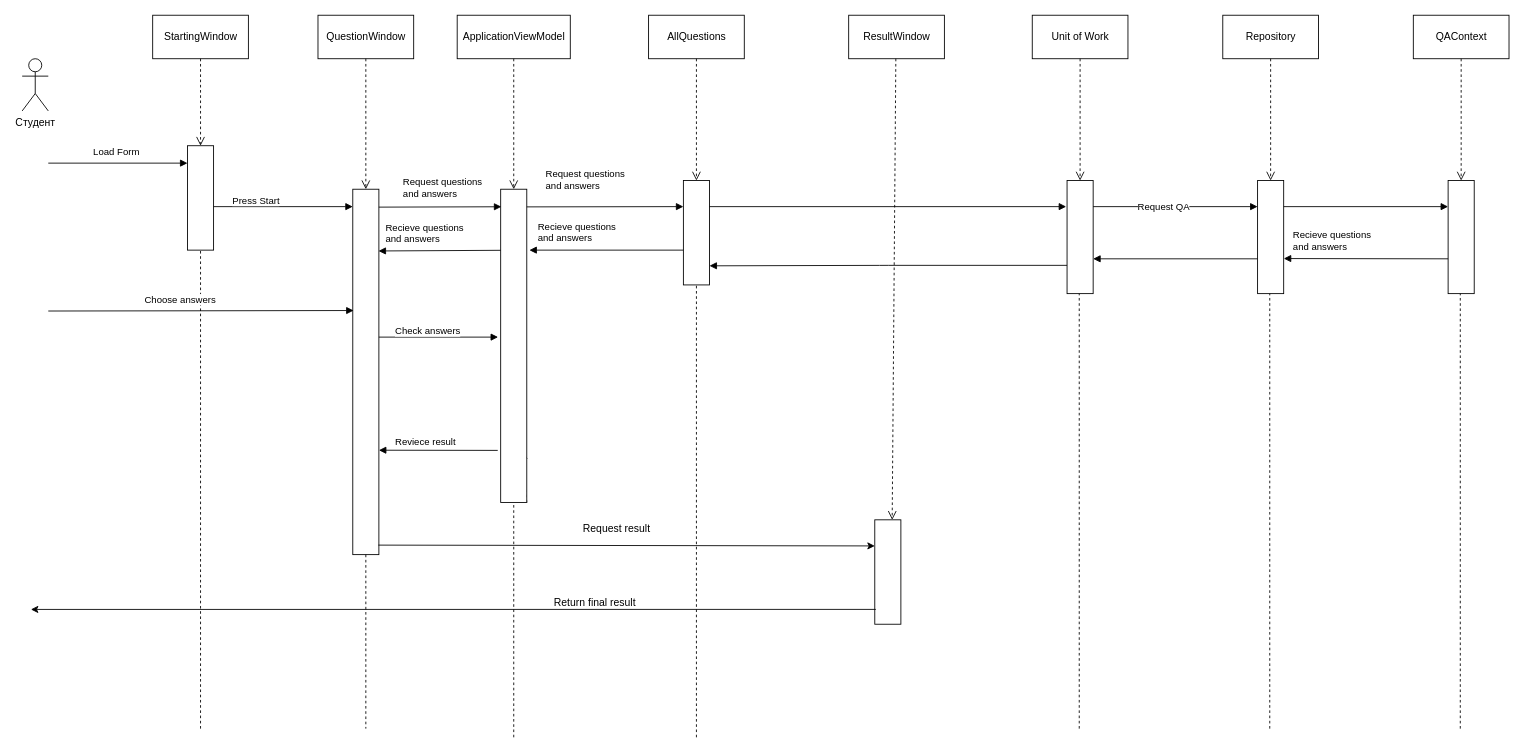
Vladoffz/MMTSD keeps this draw.io diagram as sequenceDiagramWPF.drawio. Above is the earlier version. Source tidied: cells renumbered, new cells numbered last; positions are measured from the earlier drawing's top-left corner, leaving out a move shared by most shapes. Both pictures are drawn from the tidied source at 87%, with x=0, y=0 at pixel (22, 15).
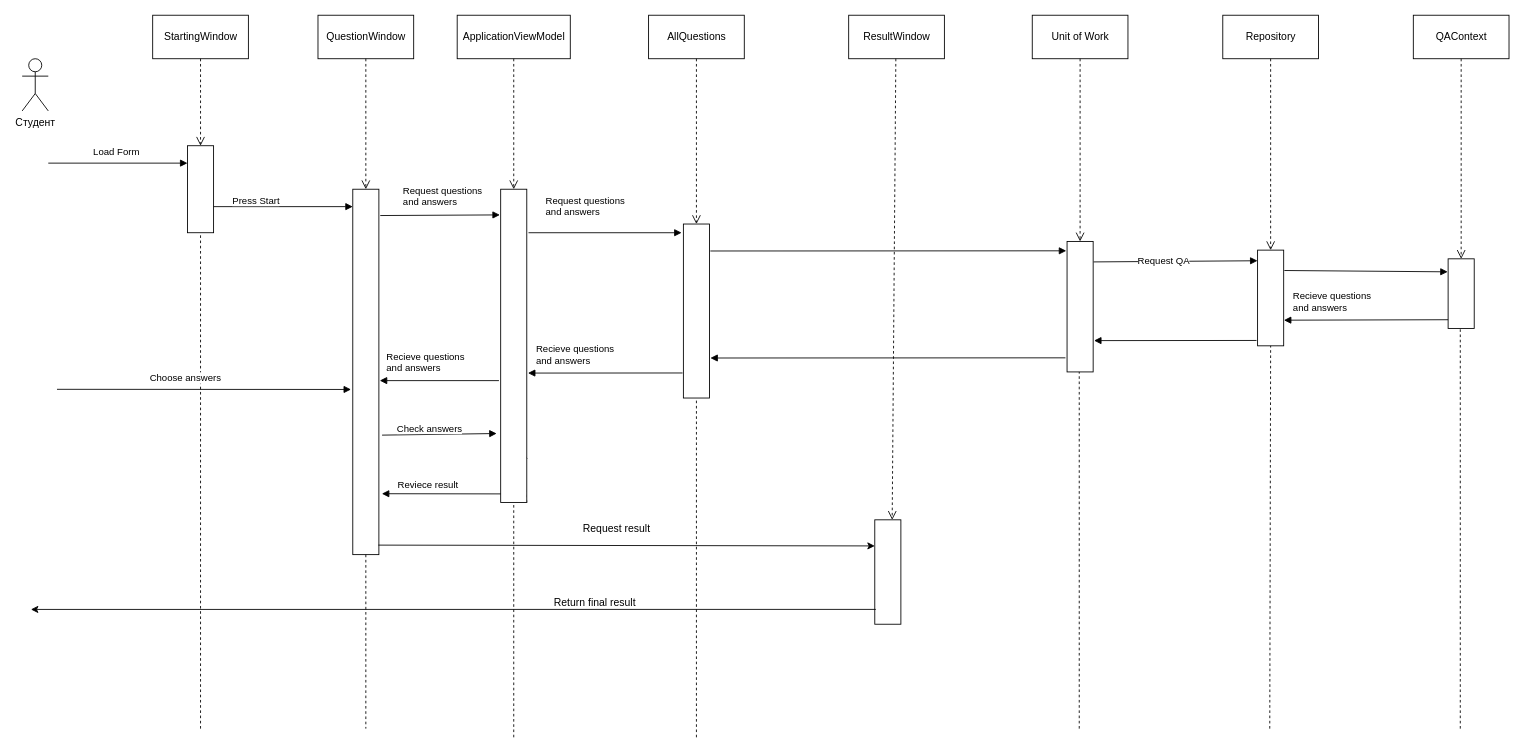
The same diagram, later.

Unchanged cells that the change refers to:
```xml
<mxCell id="7" style="html=1;" parent="1" vertex="1">
  <mxGeometry x="380" y="200" width="30" height="420" as="geometry" />
</mxCell>
<mxCell id="19" style="html=1;" parent="1" vertex="1">
  <mxGeometry x="550" y="200" width="30" height="360" as="geometry" />
</mxCell>
```

Change to the diagram source:
```diff
@@
     <mxCell id="6" style="html=1;" parent="1" vertex="1">
-      <mxGeometry x="190" y="150" width="30" height="120" as="geometry" />
+      <mxGeometry x="190" y="150" width="30" height="100" as="geometry" />
     </mxCell>
@@
     <mxCell id="17" style="html=1;" parent="1" vertex="1">
-      <mxGeometry x="760" y="190" width="30" height="120" as="geometry" />
+      <mxGeometry x="760" y="240" width="30" height="200" as="geometry" />
     </mxCell>
@@
-    <mxCell id="21" value="Request questions&lt;br&gt;and answers" style="endArrow=block;endFill=1;html=1;align=left;verticalAlign=top;exitX=0.999;exitY=0.049;exitDx=0;exitDy=0;exitPerimeter=0;entryX=0.027;entryY=0.056;entryDx=0;entryDy=0;entryPerimeter=0;" parent="1" edge="1" source="7" target="19">
+    <mxCell id="21" value="Request questions&lt;br&gt;and answers" style="endArrow=block;endFill=1;html=1;align=left;verticalAlign=top;exitX=1.053;exitY=0.072;exitDx=0;exitDy=0;exitPerimeter=0;entryX=-0.03;entryY=0.082;entryDx=0;entryDy=0;entryPerimeter=0;" parent="1" edge="1" source="7" target="19">
       <mxGeometry x="-0.62" y="41" relative="1" as="geometry">
         <mxPoint x="-1" as="offset" />
       </mxGeometry>
     </mxCell>
@@
-    <mxCell id="23" value="Request questions&lt;br&gt;and answers" style="endArrow=block;endFill=1;html=1;align=left;verticalAlign=top;exitX=1;exitY=0.739;exitDx=0;exitDy=0;exitPerimeter=0;" parent="1" edge="1">
+    <mxCell id="23" value="Request questions&lt;br&gt;and answers" style="endArrow=block;endFill=1;html=1;align=left;verticalAlign=top;" parent="1" edge="1">
       <mxGeometry y="86" relative="1" as="geometry">
-        <mxPoint x="580" y="220.3" as="sourcePoint" />
-        <mxPoint x="760" y="220" as="targetPoint" />
+        <mxPoint x="582" y="250" as="sourcePoint" />
+        <mxPoint x="758" y="250" as="targetPoint" />
         <mxPoint x="-70" y="36" as="offset" />
       </mxGeometry>
     </mxCell>
@@
-    <mxCell id="25" value="Recieve questions&lt;br&gt;and answers" style="endArrow=block;endFill=1;html=1;align=left;verticalAlign=top;" parent="1" edge="1">
+    <mxCell id="25" value="Recieve questions&lt;br&gt;and answers" style="endArrow=block;endFill=1;html=1;align=left;verticalAlign=top;entryX=1.044;entryY=0.587;entryDx=0;entryDy=0;entryPerimeter=0;exitX=-0.031;exitY=0.856;exitDx=0;exitDy=0;exitPerimeter=0;" parent="1" edge="1" source="17" target="19">
       <mxGeometry x="0.92" y="-40" relative="1" as="geometry">
-        <mxPoint x="760" y="270" as="sourcePoint" />
-        <mxPoint x="583" y="270" as="targetPoint" />
         <mxPoint x="1" as="offset" />
       </mxGeometry>
     </mxCell>
@@
-    <mxCell id="27" value="Recieve questions&lt;br&gt;and answers" style="endArrow=block;endFill=1;html=1;align=left;verticalAlign=top;entryX=0.986;entryY=0.169;entryDx=0;entryDy=0;entryPerimeter=0;" parent="1" edge="1" target="7">
+    <mxCell id="27" value="Recieve questions&lt;br&gt;and answers" style="endArrow=block;endFill=1;html=1;align=left;verticalAlign=top;" parent="1" edge="1">
       <mxGeometry x="0.92" y="-40" relative="1" as="geometry">
-        <mxPoint x="550" y="270.2" as="sourcePoint" />
+        <mxPoint x="548" y="420" as="sourcePoint" />
+        <mxPoint x="411" y="420" as="targetPoint" />
         <mxPoint x="1" as="offset" />
       </mxGeometry>
     </mxCell>
@@
-    <mxCell id="29" value="Choose answers" style="endArrow=block;endFill=1;html=1;align=left;verticalAlign=top;entryX=0.033;entryY=0.332;entryDx=0;entryDy=0;entryPerimeter=0;" parent="1" edge="1" target="7">
+    <mxCell id="29" value="Choose answers" style="endArrow=block;endFill=1;html=1;align=left;verticalAlign=top;entryX=-0.067;entryY=0.548;entryDx=0;entryDy=0;entryPerimeter=0;" parent="1" edge="1" target="7">
       <mxGeometry x="-0.38" y="26" relative="1" as="geometry">
-        <mxPoint x="30" y="340" as="sourcePoint" />
+        <mxPoint x="40" y="430" as="sourcePoint" />
       </mxGeometry>
     </mxCell>
@@
-    <mxCell id="31" value="Check answers" style="endArrow=block;endFill=1;html=1;align=left;verticalAlign=top;" parent="1" edge="1">
-      <mxGeometry x="-0.75" y="20" relative="1" as="geometry">
-        <mxPoint x="410" y="370" as="sourcePoint" />
-        <mxPoint x="547" y="370" as="targetPoint" />
-      </mxGeometry>
+    <mxCell id="31" value="Check answers" style="endArrow=block;endFill=1;html=1;align=left;verticalAlign=top;exitX=1.122;exitY=0.673;exitDx=0;exitDy=0;exitPerimeter=0;entryX=-0.153;entryY=0.78;entryDx=0;entryDy=0;entryPerimeter=0;" parent="1" edge="1" source="7" target="19">
+      <mxGeometry x="-0.75" y="20" relative="1" as="geometry" />
     </mxCell>
@@
     <mxCell id="33" value="Reviece result" style="endArrow=block;endFill=1;html=1;align=left;verticalAlign=top;entryX=1.112;entryY=0.328;entryDx=0;entryDy=0;entryPerimeter=0;exitX=0;exitY=0.581;exitDx=0;exitDy=0;exitPerimeter=0;" parent="1" edge="1">
       <mxGeometry x="0.76" y="-23" relative="1" as="geometry">
-        <mxPoint x="546.6" y="500.2" as="sourcePoint" />
-        <mxPoint x="410" y="500" as="targetPoint" />
+        <mxPoint x="550" y="550.2" as="sourcePoint" />
+        <mxPoint x="413.4" y="550" as="targetPoint" />
       </mxGeometry>
     </mxCell>
@@
-    <mxCell id="46" style="endArrow=block;endFill=1;html=1;edgeStyle=orthogonalEdgeStyle;align=left;verticalAlign=top;" parent="1" edge="1">
+    <mxCell id="46" style="endArrow=block;endFill=1;html=1;align=left;verticalAlign=top;entryX=-0.029;entryY=0.072;entryDx=0;entryDy=0;entryPerimeter=0;" parent="1" edge="1" target="48">
       <mxGeometry x="-0.38" y="26" relative="1" as="geometry">
-        <mxPoint x="790" y="220" as="sourcePoint" />
-        <mxPoint x="1200" y="220" as="targetPoint" />
+        <mxPoint x="791" y="271" as="sourcePoint" />
       </mxGeometry>
     </mxCell>
@@
     <mxCell id="48" style="html=1;" parent="1" vertex="1">
-      <mxGeometry x="1201" y="190" width="30" height="130" as="geometry" />
+      <mxGeometry x="1201" y="260" width="30" height="150" as="geometry" />
     </mxCell>
@@
     <mxCell id="52" style="html=1;" parent="1" vertex="1">
-      <mxGeometry x="1420" y="190" width="30" height="130" as="geometry" />
+      <mxGeometry x="1420" y="270" width="30" height="110" as="geometry" />
     </mxCell>
@@
-    <mxCell id="55" style="endArrow=block;endFill=1;html=1;edgeStyle=orthogonalEdgeStyle;align=left;verticalAlign=top;" parent="1" edge="1">
-      <mxGeometry x="-0.38" y="26" relative="1" as="geometry">
-        <mxPoint x="1231" y="220" as="sourcePoint" />
-        <mxPoint x="1420" y="220" as="targetPoint" />
-      </mxGeometry>
+    <mxCell id="55" style="endArrow=block;endFill=1;html=1;align=left;verticalAlign=top;entryX=-0.002;entryY=0.111;entryDx=0;entryDy=0;entryPerimeter=0;exitX=1.017;exitY=0.157;exitDx=0;exitDy=0;exitPerimeter=0;" parent="1" edge="1" source="48" target="52">
+      <mxGeometry x="-0.38" y="26" relative="1" as="geometry" />
     </mxCell>
@@
     <mxCell id="59" style="html=1;" parent="1" vertex="1">
-      <mxGeometry x="1639" y="190" width="30" height="130" as="geometry" />
+      <mxGeometry x="1639" y="280" width="30" height="80" as="geometry" />
     </mxCell>
@@
-    <mxCell id="62" style="endArrow=block;endFill=1;html=1;edgeStyle=orthogonalEdgeStyle;align=left;verticalAlign=top;" parent="1" edge="1">
-      <mxGeometry x="-0.38" y="26" relative="1" as="geometry">
-        <mxPoint x="1450" y="220" as="sourcePoint" />
-        <mxPoint x="1639" y="220" as="targetPoint" />
-      </mxGeometry>
+    <mxCell id="62" style="endArrow=block;endFill=1;html=1;align=left;verticalAlign=top;exitX=1.026;exitY=0.213;exitDx=0;exitDy=0;exitPerimeter=0;entryX=-0.015;entryY=0.187;entryDx=0;entryDy=0;entryPerimeter=0;" parent="1" edge="1" source="52" target="59">
+      <mxGeometry x="-0.38" y="26" relative="1" as="geometry" />
     </mxCell>
@@
-    <mxCell id="64" value="Recieve questions&lt;br&gt;and answers" style="endArrow=block;endFill=1;html=1;align=left;verticalAlign=top;entryX=1.003;entryY=0.69;entryDx=0;entryDy=0;entryPerimeter=0;" parent="1" edge="1" target="52">
+    <mxCell id="64" value="Recieve questions&lt;br&gt;and answers" style="endArrow=block;endFill=1;html=1;align=left;verticalAlign=top;entryX=1.008;entryY=0.732;entryDx=0;entryDy=0;entryPerimeter=0;" parent="1" edge="1" target="52">
       <mxGeometry x="0.92" y="-40" relative="1" as="geometry">
-        <mxPoint x="1639" y="280" as="sourcePoint" />
+        <mxPoint x="1639" y="350" as="sourcePoint" />
         <mxPoint x="1" as="offset" />
       </mxGeometry>
     </mxCell>
@@
-    <mxCell id="66" style="endArrow=block;endFill=1;html=1;align=left;verticalAlign=top;entryX=1;entryY=0.25;entryDx=0;entryDy=0;" parent="1" edge="1">
+    <mxCell id="66" style="endArrow=block;endFill=1;html=1;align=left;verticalAlign=top;exitX=-0.041;exitY=0.944;exitDx=0;exitDy=0;exitPerimeter=0;" parent="1" edge="1" source="52">
       <mxGeometry x="0.92" y="-40" relative="1" as="geometry">
-        <mxPoint x="1420" y="280" as="sourcePoint" />
-        <mxPoint x="1231" y="280" as="targetPoint" />
+        <mxPoint x="1232" y="374" as="targetPoint" />
         <mxPoint x="1" as="offset" />
       </mxGeometry>
     </mxCell>
@@
-    <mxCell id="68" style="endArrow=block;endFill=1;html=1;edgeStyle=orthogonalEdgeStyle;align=left;verticalAlign=top;exitX=0;exitY=0.75;exitDx=0;exitDy=0;entryX=1;entryY=0.817;entryDx=0;entryDy=0;entryPerimeter=0;" parent="1" edge="1" source="48" target="17">
-      <mxGeometry x="-0.38" y="26" relative="1" as="geometry" />
+    <mxCell id="68" style="endArrow=block;endFill=1;html=1;align=left;verticalAlign=top;exitX=-0.062;exitY=0.892;exitDx=0;exitDy=0;exitPerimeter=0;" parent="1" edge="1" source="48">
+      <mxGeometry x="-0.38" y="26" relative="1" as="geometry">
+        <mxPoint x="791" y="394" as="targetPoint" />
+      </mxGeometry>
     </mxCell>
@@
-    <mxCell id="70" style="endArrow=none;dashed=1;html=1;entryX=0.5;entryY=1;entryDx=0;entryDy=0;" parent="1" edge="1">
+    <mxCell id="70" style="endArrow=none;dashed=1;html=1;" parent="1" edge="1">
       <mxGeometry relative="1" as="geometry">
         <mxPoint x="1215" y="820" as="sourcePoint" />
-        <mxPoint x="1215" y="320" as="targetPoint" />
+        <mxPoint x="1215" y="410" as="targetPoint" />
       </mxGeometry>
     </mxCell>
-    <mxCell id="71" style="endArrow=none;dashed=1;html=1;entryX=0.5;entryY=1;entryDx=0;entryDy=0;" parent="1" edge="1">
+    <mxCell id="71" style="endArrow=none;dashed=1;html=1;entryX=0.5;entryY=1;entryDx=0;entryDy=0;" parent="1" edge="1" target="52">
       <mxGeometry relative="1" as="geometry">
         <mxPoint x="1434" y="820" as="sourcePoint" />
-        <mxPoint x="1434" y="320" as="targetPoint" />
       </mxGeometry>
     </mxCell>
-    <mxCell id="72" style="endArrow=none;dashed=1;html=1;entryX=0.5;entryY=1;entryDx=0;entryDy=0;" parent="1" edge="1">
+    <mxCell id="72" style="endArrow=none;dashed=1;html=1;" parent="1" edge="1">
       <mxGeometry relative="1" as="geometry">
         <mxPoint x="1653" y="820" as="sourcePoint" />
-        <mxPoint x="1653" y="320" as="targetPoint" />
+        <mxPoint x="1653" y="360" as="targetPoint" />
       </mxGeometry>
     </mxCell>
```
